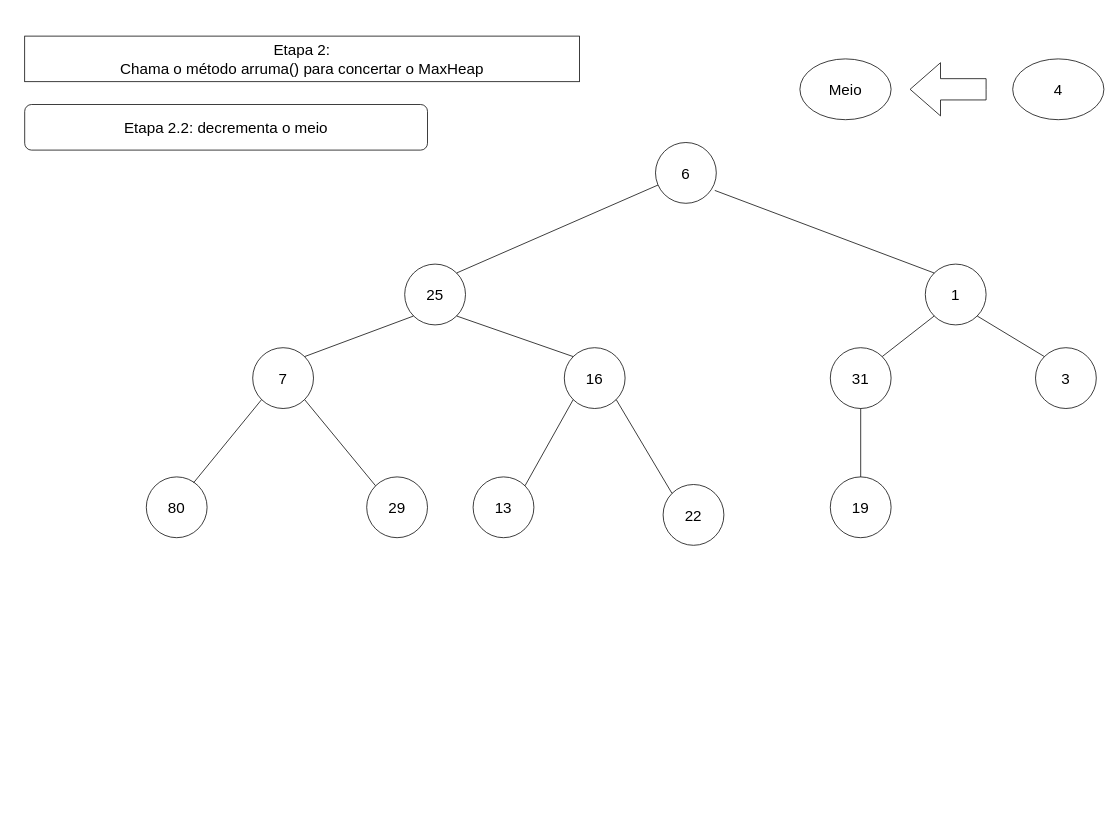
Earlier version of the draw.io diagram page "Etapa 4" (5 of 21) of Diagrama_Heap.drawio (Xang0/Diagramas-de-Estruturas-de-Dado). Source tidied: cells renumbered, new cells numbered last; positions are measured from the earlier drawing's top-left corner, leaving out a move shared by most shapes. Both pictures are drawn from the tidied source at 76%, with x=0, y=0 at pixel (24, 36).
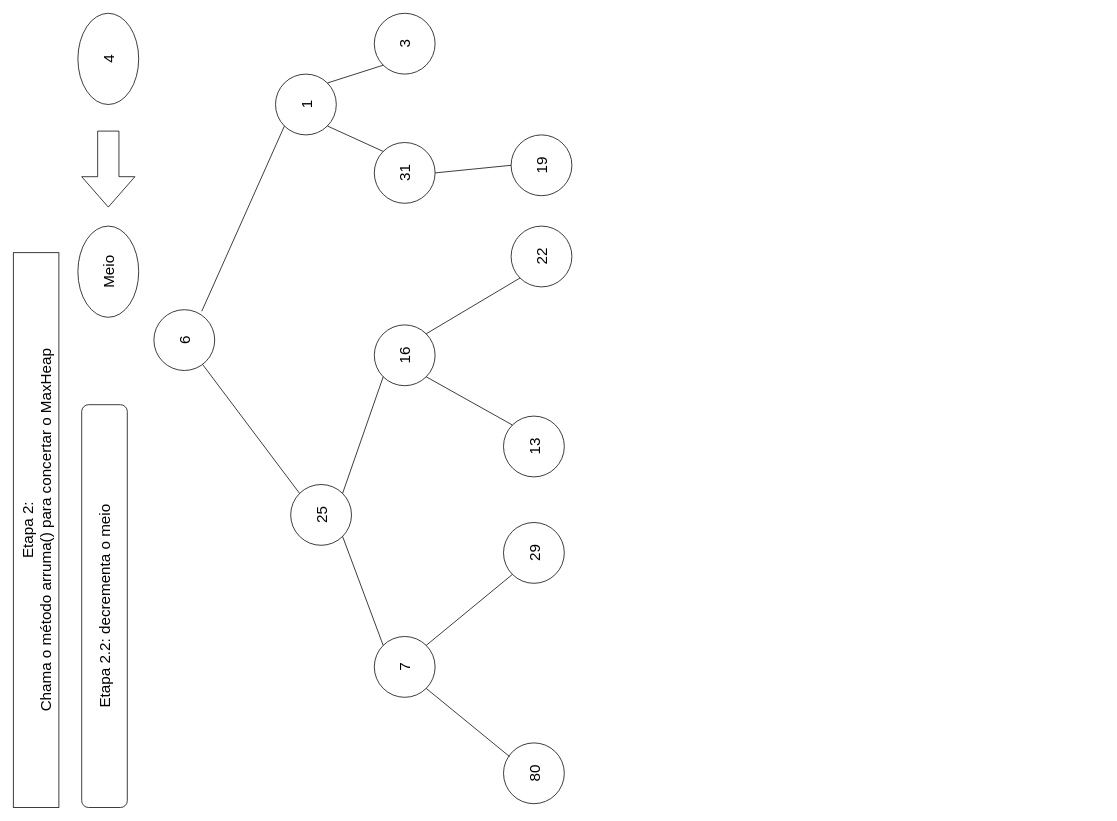
The same page after the edit.

The edit, as a diff of the source:
```diff
@@
+    <mxCell id="25" value="&lt;font style=&quot;font-size: 20px;&quot;&gt;Etapa 2:&lt;br&gt;Chama o método arruma() para concertar o MaxHeap&lt;br&gt;&lt;/font&gt;" style="rounded=0;whiteSpace=wrap;html=1;rotation=-90;" parent="1" vertex="1">
+      <mxGeometry x="-350" y="620" width="730" height="60" as="geometry" />
+    </mxCell>
+    <mxCell id="26" value="&lt;font style=&quot;font-size: 20px;&quot;&gt;Etapa 2.2: decrementa o meio&lt;br&gt;&lt;/font&gt;" style="rounded=1;whiteSpace=wrap;html=1;rotation=-90;" parent="1" vertex="1">
+      <mxGeometry x="-160" y="720" width="530" height="60" as="geometry" />
+    </mxCell>
+    <mxCell id="27" value="&lt;font style=&quot;font-size: 20px;&quot;&gt;Meio&lt;/font&gt;" style="ellipse;whiteSpace=wrap;html=1;rotation=-90;" parent="1" vertex="1">
+      <mxGeometry x="50" y="270" width="120" height="80" as="geometry" />
+    </mxCell>
+    <mxCell id="28" style="html=1;shadow=0;dashed=0;align=center;verticalAlign=middle;shape=mxgraph.arrows2.arrow;dy=0.6;dx=40;flipH=1;notch=0;rotation=-90;" parent="1" vertex="1">
+      <mxGeometry x="60" y="140" width="100" height="70" as="geometry" />
+    </mxCell>
+    <mxCell id="29" value="&lt;font style=&quot;font-size: 20px;&quot;&gt;4&lt;/font&gt;" style="ellipse;whiteSpace=wrap;html=1;rotation=-90;" parent="1" vertex="1">
+      <mxGeometry x="50" y="-10" width="120" height="80" as="geometry" />
+    </mxCell>
-    <mxCell id="2" value="&lt;font style=&quot;font-size: 20px;&quot;&gt;6&lt;/font&gt;" style="ellipse;whiteSpace=wrap;html=1;" parent="1" vertex="1">
-      <mxGeometry x="830" y="140" width="80" height="80" as="geometry" />
+    <mxCell id="2" value="&lt;font style=&quot;font-size: 20px;&quot;&gt;6&lt;/font&gt;" style="ellipse;whiteSpace=wrap;html=1;rotation=-90;" parent="1" vertex="1">
+      <mxGeometry x="170" y="360" width="80" height="80" as="geometry" />
     </mxCell>
-    <mxCell id="3" value="&lt;font style=&quot;font-size: 20px;&quot;&gt;25&lt;/font&gt;" style="ellipse;whiteSpace=wrap;html=1;" parent="1" vertex="1">
-      <mxGeometry x="500" y="300" width="80" height="80" as="geometry" />
+    <mxCell id="3" value="&lt;font style=&quot;font-size: 20px;&quot;&gt;25&lt;/font&gt;" style="ellipse;whiteSpace=wrap;html=1;rotation=-90;" parent="1" vertex="1">
+      <mxGeometry x="350" y="590" width="80" height="80" as="geometry" />
     </mxCell>
-    <mxCell id="4" value="&lt;font style=&quot;font-size: 20px;&quot;&gt;1&lt;/font&gt;" style="ellipse;whiteSpace=wrap;html=1;" parent="1" vertex="1">
-      <mxGeometry x="1185" y="300" width="80" height="80" as="geometry" />
+    <mxCell id="4" value="&lt;font style=&quot;font-size: 20px;&quot;&gt;1&lt;/font&gt;" style="ellipse;whiteSpace=wrap;html=1;rotation=-90;" parent="1" vertex="1">
+      <mxGeometry x="330" y="50" width="80" height="80" as="geometry" />
     </mxCell>
@@
-    <mxCell id="7" value="&lt;font style=&quot;font-size: 20px;&quot;&gt;7&lt;/font&gt;" style="ellipse;whiteSpace=wrap;html=1;" parent="1" vertex="1">
-      <mxGeometry x="300" y="410" width="80" height="80" as="geometry" />
+    <mxCell id="7" value="&lt;font style=&quot;font-size: 20px;&quot;&gt;7&lt;/font&gt;" style="ellipse;whiteSpace=wrap;html=1;rotation=-90;" parent="1" vertex="1">
+      <mxGeometry x="460" y="790" width="80" height="80" as="geometry" />
     </mxCell>
-    <mxCell id="8" value="&lt;font style=&quot;font-size: 20px;&quot;&gt;16&lt;/font&gt;" style="ellipse;whiteSpace=wrap;html=1;" parent="1" vertex="1">
-      <mxGeometry x="710" y="410" width="80" height="80" as="geometry" />
+    <mxCell id="8" value="&lt;font style=&quot;font-size: 20px;&quot;&gt;16&lt;/font&gt;" style="ellipse;whiteSpace=wrap;html=1;rotation=-90;" parent="1" vertex="1">
+      <mxGeometry x="460" y="380" width="80" height="80" as="geometry" />
     </mxCell>
@@
-    <mxCell id="11" value="&lt;font style=&quot;font-size: 20px;&quot;&gt;22&lt;/font&gt;" style="ellipse;whiteSpace=wrap;html=1;" parent="1" vertex="1">
-      <mxGeometry x="840" y="590" width="80" height="80" as="geometry" />
+    <mxCell id="11" value="&lt;font style=&quot;font-size: 20px;&quot;&gt;22&lt;/font&gt;" style="ellipse;whiteSpace=wrap;html=1;rotation=-90;" parent="1" vertex="1">
+      <mxGeometry x="640" y="250" width="80" height="80" as="geometry" />
     </mxCell>
-    <mxCell id="12" value="&lt;font style=&quot;font-size: 20px;&quot;&gt;13&lt;/font&gt;" style="ellipse;whiteSpace=wrap;html=1;" parent="1" vertex="1">
-      <mxGeometry x="590" y="580" width="80" height="80" as="geometry" />
+    <mxCell id="12" value="&lt;font style=&quot;font-size: 20px;&quot;&gt;13&lt;/font&gt;" style="ellipse;whiteSpace=wrap;html=1;rotation=-90;" parent="1" vertex="1">
+      <mxGeometry x="630" y="500" width="80" height="80" as="geometry" />
     </mxCell>
@@
-    <mxCell id="15" value="&lt;font style=&quot;font-size: 20px;&quot;&gt;29&lt;/font&gt;" style="ellipse;whiteSpace=wrap;html=1;" parent="1" vertex="1">
-      <mxGeometry x="450" y="580" width="80" height="80" as="geometry" />
+    <mxCell id="15" value="&lt;font style=&quot;font-size: 20px;&quot;&gt;29&lt;/font&gt;" style="ellipse;whiteSpace=wrap;html=1;rotation=-90;" parent="1" vertex="1">
+      <mxGeometry x="630" y="640" width="80" height="80" as="geometry" />
     </mxCell>
-    <mxCell id="16" value="&lt;font style=&quot;font-size: 20px;&quot;&gt;80&lt;/font&gt;" style="ellipse;whiteSpace=wrap;html=1;" parent="1" vertex="1">
-      <mxGeometry x="160" y="580" width="80" height="80" as="geometry" />
+    <mxCell id="16" value="&lt;font style=&quot;font-size: 20px;&quot;&gt;80&lt;/font&gt;" style="ellipse;whiteSpace=wrap;html=1;rotation=-90;" parent="1" vertex="1">
+      <mxGeometry x="630" y="930" width="80" height="80" as="geometry" />
     </mxCell>
@@
-    <mxCell id="19" value="&lt;font style=&quot;font-size: 20px;&quot;&gt;31&lt;/font&gt;" style="ellipse;whiteSpace=wrap;html=1;" parent="1" vertex="1">
-      <mxGeometry x="1060" y="410" width="80" height="80" as="geometry" />
+    <mxCell id="19" value="&lt;font style=&quot;font-size: 20px;&quot;&gt;31&lt;/font&gt;" style="ellipse;whiteSpace=wrap;html=1;rotation=-90;" parent="1" vertex="1">
+      <mxGeometry x="460" y="140" width="80" height="80" as="geometry" />
     </mxCell>
-    <mxCell id="20" value="&lt;font style=&quot;font-size: 20px;&quot;&gt;3&lt;/font&gt;" style="ellipse;whiteSpace=wrap;html=1;" parent="1" vertex="1">
-      <mxGeometry x="1330" y="410" width="80" height="80" as="geometry" />
+    <mxCell id="20" value="&lt;font style=&quot;font-size: 20px;&quot;&gt;3&lt;/font&gt;" style="ellipse;whiteSpace=wrap;html=1;rotation=-90;" parent="1" vertex="1">
+      <mxGeometry x="460" y="-30" width="80" height="80" as="geometry" />
     </mxCell>
@@
-    <mxCell id="23" value="&lt;font style=&quot;font-size: 20px;&quot;&gt;19&lt;/font&gt;" style="ellipse;whiteSpace=wrap;html=1;" parent="1" vertex="1">
-      <mxGeometry x="1060" y="580" width="80" height="80" as="geometry" />
+    <mxCell id="23" value="&lt;font style=&quot;font-size: 20px;&quot;&gt;19&lt;/font&gt;" style="ellipse;whiteSpace=wrap;html=1;rotation=-90;" parent="1" vertex="1">
+      <mxGeometry x="640" y="130" width="80" height="80" as="geometry" />
     </mxCell>
@@
-    <mxCell id="25" value="&lt;font style=&quot;font-size: 20px;&quot;&gt;Etapa 2:&lt;br&gt;Chama o método arruma() para concertar o MaxHeap&lt;br&gt;&lt;/font&gt;" style="rounded=0;whiteSpace=wrap;html=1;" parent="1" vertex="1">
-      <mxGeometry width="730" height="60" as="geometry" />
-    </mxCell>
-    <mxCell id="26" value="&lt;font style=&quot;font-size: 20px;&quot;&gt;Etapa 2.2: decrementa o meio&lt;br&gt;&lt;/font&gt;" style="rounded=1;whiteSpace=wrap;html=1;" parent="1" vertex="1">
-      <mxGeometry y="90" width="530" height="60" as="geometry" />
-    </mxCell>
-    <mxCell id="27" value="&lt;font style=&quot;font-size: 20px;&quot;&gt;Meio&lt;/font&gt;" style="ellipse;whiteSpace=wrap;html=1;" parent="1" vertex="1">
-      <mxGeometry x="1020" y="30" width="120" height="80" as="geometry" />
-    </mxCell>
-    <mxCell id="28" style="html=1;shadow=0;dashed=0;align=center;verticalAlign=middle;shape=mxgraph.arrows2.arrow;dy=0.6;dx=40;flipH=1;notch=0;" parent="1" vertex="1">
-      <mxGeometry x="1165" y="35" width="100" height="70" as="geometry" />
-    </mxCell>
-    <mxCell id="29" value="&lt;font style=&quot;font-size: 20px;&quot;&gt;4&lt;/font&gt;" style="ellipse;whiteSpace=wrap;html=1;" parent="1" vertex="1">
-      <mxGeometry x="1300" y="30" width="120" height="80" as="geometry" />
-    </mxCell>
```
